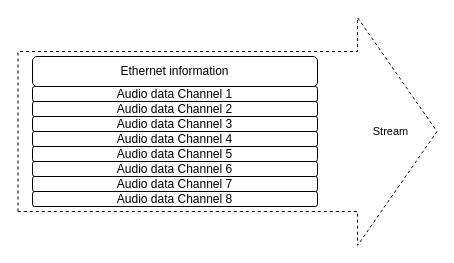
The draw.io diagram static/images/stream-format.drawio in avb-academy/avb_academy, before the edit. Source tidied: cells renumbered, new cells numbered last; positions are measured from the earlier drawing's top-left corner, leaving out a move shared by most shapes. Both pictures are drawn from the tidied source at 100%, with x=0, y=0 at pixel (17, 56).
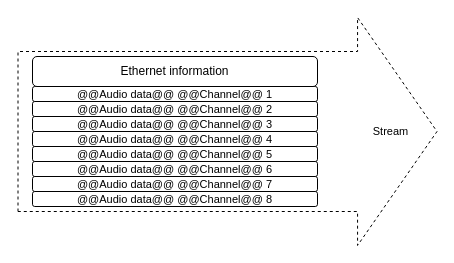
Above is the later version.

Change to the diagram source:
```diff
@@
 <mxGraphModel>
   <root>
     <mxCell id="0" />
     <mxCell id="1" parent="0" />
     <mxCell id="2" style="shape=flexArrow;endArrow=classic;html=1;width=160;endSize=26.142857142857142;endWidth=66.85714285714286;dashed=1;align=left;" parent="1" edge="1">
       <mxGeometry relative="1" as="geometry">
         <mxPoint y="75" as="sourcePoint" />
         <mxPoint x="420" y="75" as="targetPoint" />
       </mxGeometry>
     </mxCell>
     <mxCell id="3" value="Stream" style="edgeLabel;html=1;align=center;verticalAlign=middle;" parent="2" vertex="1">
       <mxGeometry x="0.77" y="1" relative="1" as="geometry" />
     </mxCell>
-    <mxCell id="4" value="Audio data Channel 1" style="rounded=1;whiteSpace=wrap;html=1;" parent="1" vertex="1">
+    <mxCell id="4" value="&lt;span style=&quot;font-size: 11px; text-wrap: nowrap; background-color: rgb(255, 255, 255);&quot;&gt;@@Audio data@@ @@Channel@@ 1&lt;/span&gt;" style="rounded=1;whiteSpace=wrap;html=1;" parent="1" vertex="1">
       <mxGeometry x="15" y="30" width="285" height="15" as="geometry" />
     </mxCell>
     <mxCell id="5" value="Ethernet information" style="rounded=1;whiteSpace=wrap;html=1;" parent="1" vertex="1">
       <mxGeometry x="15" width="285" height="30" as="geometry" />
     </mxCell>
-    <mxCell id="6" value="Audio data Channel 2" style="rounded=1;whiteSpace=wrap;html=1;" parent="1" vertex="1">
+    <mxCell id="6" value="&lt;span style=&quot;font-size: 11px; text-wrap: nowrap; background-color: rgb(255, 255, 255);&quot;&gt;@@Audio data@@ @@Channel@@ 2&lt;/span&gt;" style="rounded=1;whiteSpace=wrap;html=1;" parent="1" vertex="1">
       <mxGeometry x="15" y="45" width="285" height="15" as="geometry" />
     </mxCell>
-    <mxCell id="7" value="Audio data Channel 3" style="rounded=1;whiteSpace=wrap;html=1;" parent="1" vertex="1">
+    <mxCell id="7" value="&lt;span style=&quot;font-size: 11px; text-wrap: nowrap; background-color: rgb(255, 255, 255);&quot;&gt;@@Audio data@@ @@Channel@@ 3&lt;/span&gt;" style="rounded=1;whiteSpace=wrap;html=1;" parent="1" vertex="1">
       <mxGeometry x="15" y="60" width="285" height="15" as="geometry" />
     </mxCell>
-    <mxCell id="8" value="Audio data Channel 4" style="rounded=1;whiteSpace=wrap;html=1;" parent="1" vertex="1">
+    <mxCell id="8" value="&lt;span style=&quot;font-size: 11px; text-wrap: nowrap; background-color: rgb(255, 255, 255);&quot;&gt;@@Audio data@@ @@Channel@@ 4&lt;/span&gt;" style="rounded=1;whiteSpace=wrap;html=1;" parent="1" vertex="1">
       <mxGeometry x="15" y="75" width="285" height="15" as="geometry" />
     </mxCell>
-    <mxCell id="9" value="Audio data Channel 5" style="rounded=1;whiteSpace=wrap;html=1;" parent="1" vertex="1">
+    <mxCell id="9" value="&lt;span style=&quot;font-size: 11px; text-wrap: nowrap; background-color: rgb(255, 255, 255);&quot;&gt;@@Audio data@@ @@Channel@@ 5&lt;/span&gt;" style="rounded=1;whiteSpace=wrap;html=1;" parent="1" vertex="1">
       <mxGeometry x="15" y="90" width="285" height="15" as="geometry" />
     </mxCell>
-    <mxCell id="10" value="Audio data Channel 6" style="rounded=1;whiteSpace=wrap;html=1;" parent="1" vertex="1">
+    <mxCell id="10" value="&lt;span style=&quot;font-size: 11px; text-wrap: nowrap; background-color: rgb(255, 255, 255);&quot;&gt;@@Audio data@@ @@Channel@@ 6&lt;/span&gt;" style="rounded=1;whiteSpace=wrap;html=1;" parent="1" vertex="1">
       <mxGeometry x="15" y="105" width="285" height="15" as="geometry" />
     </mxCell>
-    <mxCell id="11" value="Audio data Channel 7" style="rounded=1;whiteSpace=wrap;html=1;" parent="1" vertex="1">
+    <mxCell id="11" value="&lt;span style=&quot;font-size: 11px; text-wrap: nowrap; background-color: rgb(255, 255, 255);&quot;&gt;@@Audio data@@ @@Channel@@ 7&lt;/span&gt;" style="rounded=1;whiteSpace=wrap;html=1;" parent="1" vertex="1">
       <mxGeometry x="15" y="120" width="285" height="15" as="geometry" />
     </mxCell>
-    <mxCell id="12" value="Audio data Channel 8" style="rounded=1;whiteSpace=wrap;html=1;" parent="1" vertex="1">
+    <mxCell id="12" value="&lt;span style=&quot;font-size: 11px; text-wrap: nowrap; background-color: rgb(255, 255, 255);&quot;&gt;@@Audio data@@ @@Channel@@ 8&lt;/span&gt;" style="rounded=1;whiteSpace=wrap;html=1;" parent="1" vertex="1">
       <mxGeometry x="15" y="135" width="285" height="15" as="geometry" />
     </mxCell>
   </root>
 </mxGraphModel>
```
